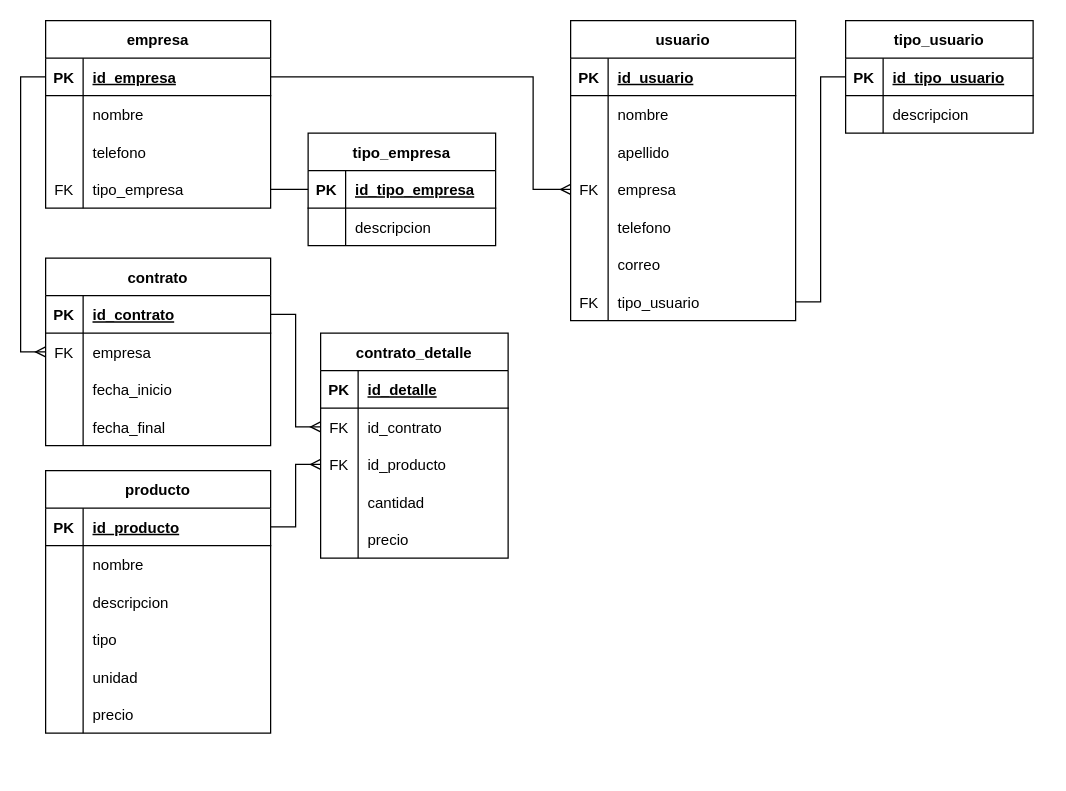
The draw.io diagram scg_main_db.drawio in ismgonza/scg, before the edit. Source tidied: cells renumbered, new cells numbered last; positions are measured from the earlier drawing's top-left corner, leaving out a move shared by most shapes. Both pictures are drawn from the tidied source at 125%, with x=0, y=0 at pixel (20, 20).
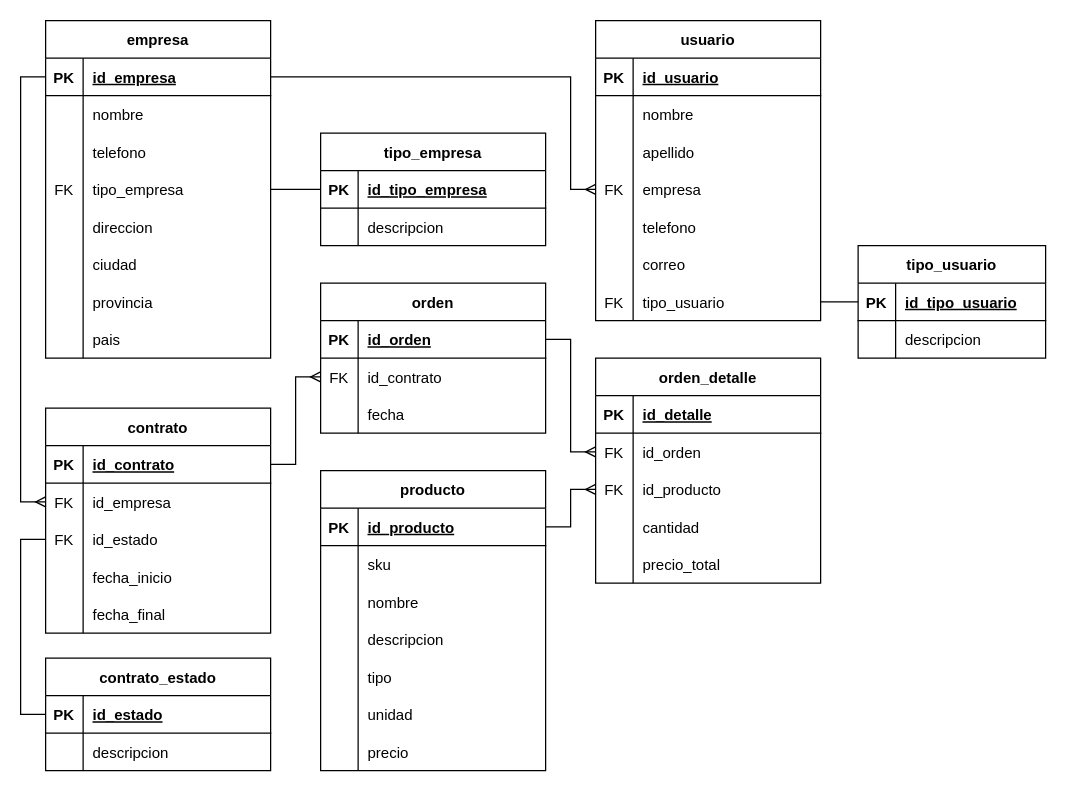
The same diagram, later.

Commit message:
update contract, order and company tables

The change refers to these unchanged cells:
```xml
<mxCell id="12" style="shape=tableRow;horizontal=0;startSize=0;swimlaneHead=0;swimlaneBody=0;fillColor=none;points=[[0,0.5],[1,0.5]];portConstraint=eastwest;top=0;left=0;right=0;bottom=0;" parent="2" vertex="1">
  <mxGeometry y="120" width="180" height="30" as="geometry" />
</mxCell>
<mxCell id="25" style="shape=tableRow;horizontal=0;startSize=0;swimlaneHead=0;swimlaneBody=0;fillColor=none;points=[[0,0.5],[1,0.5]];portConstraint=eastwest;top=0;left=0;right=0;bottom=1;" parent="24" vertex="1">
  <mxGeometry y="30" width="180" height="30" as="geometry" />
</mxCell>
<mxCell id="55" style="shape=tableRow;horizontal=0;startSize=0;swimlaneHead=0;swimlaneBody=0;fillColor=none;points=[[0,0.5],[1,0.5]];portConstraint=eastwest;top=0;left=0;right=0;bottom=1;" parent="54" vertex="1">
  <mxGeometry y="30" width="180" height="30" as="geometry" />
</mxCell>
<mxCell id="74" style="shape=tableRow;horizontal=0;startSize=0;swimlaneHead=0;swimlaneBody=0;fillColor=none;points=[[0,0.5],[1,0.5]];portConstraint=eastwest;top=0;left=0;right=0;bottom=1;" parent="73" vertex="1">
  <mxGeometry y="30" width="180" height="30" as="geometry" />
</mxCell>
<mxCell id="77" style="shape=tableRow;horizontal=0;startSize=0;swimlaneHead=0;swimlaneBody=0;fillColor=none;points=[[0,0.5],[1,0.5]];portConstraint=eastwest;top=0;left=0;right=0;bottom=0;" parent="73" vertex="1">
  <mxGeometry y="60" width="180" height="30" as="geometry" />
</mxCell>
```

Diff of the diagram source:
```diff
@@
     <mxCell id="2" value="usuario" style="shape=table;startSize=30;childLayout=tableLayout;rowLines=0;fontStyle=1;align=center;" parent="1" vertex="1">
-      <mxGeometry x="440" width="180" height="240" as="geometry" />
+      <mxGeometry x="460" width="180" height="240" as="geometry" />
     </mxCell>
@@
     <mxCell id="24" value="empresa" style="shape=table;startSize=30;childLayout=tableLayout;rowLines=0;fontStyle=1;align=center;" parent="1" vertex="1">
-      <mxGeometry x="20" width="180" height="150" as="geometry" />
+      <mxGeometry x="20" width="180" height="270" as="geometry" />
     </mxCell>
@@
+    <mxCell id="105" style="shape=tableRow;horizontal=0;startSize=0;swimlaneHead=0;swimlaneBody=0;fillColor=none;top=0;left=0;right=0;bottom=0;" parent="24" vertex="1">
+      <mxGeometry y="150" width="180" height="30" as="geometry" />
+    </mxCell>
+    <mxCell id="106" style="shape=partialRectangle;fillColor=none;top=0;left=0;bottom=0;right=0;overflow=hidden;" parent="105" vertex="1">
+      <mxGeometry width="30" height="30" as="geometry" />
+    </mxCell>
+    <mxCell id="107" value="direccion" style="shape=partialRectangle;fillColor=none;top=0;left=0;bottom=0;right=0;align=left;spacingLeft=6;overflow=hidden;" parent="105" vertex="1">
+      <mxGeometry x="30" width="150" height="30" as="geometry" />
+    </mxCell>
+    <mxCell id="108" style="shape=tableRow;horizontal=0;startSize=0;swimlaneHead=0;swimlaneBody=0;fillColor=none;top=0;left=0;right=0;bottom=0;" parent="24" vertex="1">
+      <mxGeometry y="180" width="180" height="30" as="geometry" />
+    </mxCell>
+    <mxCell id="109" style="shape=partialRectangle;fillColor=none;top=0;left=0;bottom=0;right=0;overflow=hidden;" parent="108" vertex="1">
+      <mxGeometry width="30" height="30" as="geometry" />
+    </mxCell>
+    <mxCell id="110" value="ciudad" style="shape=partialRectangle;fillColor=none;top=0;left=0;bottom=0;right=0;align=left;spacingLeft=6;overflow=hidden;" parent="108" vertex="1">
+      <mxGeometry x="30" width="150" height="30" as="geometry" />
+    </mxCell>
+    <mxCell id="111" style="shape=tableRow;horizontal=0;startSize=0;swimlaneHead=0;swimlaneBody=0;fillColor=none;top=0;left=0;right=0;bottom=0;" parent="24" vertex="1">
+      <mxGeometry y="210" width="180" height="30" as="geometry" />
+    </mxCell>
+    <mxCell id="112" style="shape=partialRectangle;fillColor=none;top=0;left=0;bottom=0;right=0;overflow=hidden;" parent="111" vertex="1">
+      <mxGeometry width="30" height="30" as="geometry" />
+    </mxCell>
+    <mxCell id="113" value="provincia" style="shape=partialRectangle;fillColor=none;top=0;left=0;bottom=0;right=0;align=left;spacingLeft=6;overflow=hidden;" parent="111" vertex="1">
+      <mxGeometry x="30" width="150" height="30" as="geometry" />
+    </mxCell>
+    <mxCell id="114" style="shape=tableRow;horizontal=0;startSize=0;swimlaneHead=0;swimlaneBody=0;fillColor=none;top=0;left=0;right=0;bottom=0;" parent="24" vertex="1">
+      <mxGeometry y="240" width="180" height="30" as="geometry" />
+    </mxCell>
+    <mxCell id="115" style="shape=partialRectangle;fillColor=none;top=0;left=0;bottom=0;right=0;overflow=hidden;" parent="114" vertex="1">
+      <mxGeometry width="30" height="30" as="geometry" />
+    </mxCell>
+    <mxCell id="116" value="pais" style="shape=partialRectangle;fillColor=none;top=0;left=0;bottom=0;right=0;align=left;spacingLeft=6;overflow=hidden;" parent="114" vertex="1">
+      <mxGeometry x="30" width="150" height="30" as="geometry" />
+    </mxCell>
     <mxCell id="37" value="tipo_empresa" style="shape=table;startSize=30;childLayout=tableLayout;rowLines=0;fontStyle=1;align=center;" parent="1" vertex="1">
-      <mxGeometry x="230" y="90" width="150" height="90" as="geometry" />
+      <mxGeometry x="240" y="90" width="180" height="90" as="geometry" />
     </mxCell>
     <mxCell id="38" style="shape=tableRow;horizontal=0;startSize=0;swimlaneHead=0;swimlaneBody=0;fillColor=none;points=[[0,0.5],[1,0.5]];portConstraint=eastwest;top=0;left=0;right=0;bottom=1;" parent="37" vertex="1">
-      <mxGeometry y="30" width="150" height="30" as="geometry" />
+      <mxGeometry y="30" width="180" height="30" as="geometry" />
     </mxCell>
@@
     <mxCell id="40" value="id_tipo_empresa" style="shape=partialRectangle;fillColor=none;top=0;left=0;bottom=0;right=0;align=left;spacingLeft=6;fontStyle=5;overflow=hidden;" parent="38" vertex="1">
-      <mxGeometry x="30" width="120" height="30" as="geometry" />
+      <mxGeometry x="30" width="150" height="30" as="geometry" />
     </mxCell>
     <mxCell id="41" style="shape=tableRow;horizontal=0;startSize=0;swimlaneHead=0;swimlaneBody=0;fillColor=none;top=0;left=0;right=0;bottom=0;" parent="37" vertex="1">
-      <mxGeometry y="60" width="150" height="30" as="geometry" />
+      <mxGeometry y="60" width="180" height="30" as="geometry" />
     </mxCell>
@@
     <mxCell id="43" value="descripcion" style="shape=partialRectangle;fillColor=none;top=0;left=0;bottom=0;right=0;align=left;spacingLeft=6;overflow=hidden;" parent="41" vertex="1">
-      <mxGeometry x="30" width="120" height="30" as="geometry" />
+      <mxGeometry x="30" width="150" height="30" as="geometry" />
     </mxCell>
-    <mxCell id="44" style="edgeStyle=orthogonalEdgeStyle;rounded=0;jettySize=auto;html=1;exitX=1;exitY=0.5;exitDx=0;exitDy=0;entryX=0;entryY=0.5;entryDx=0;entryDy=0;endArrow=ERmany;endFill=0;" parent="1" edge="1" source="25" target="12">
-      <mxGeometry relative="1" as="geometry">
-        <Array as="points">
-          <mxPoint x="410" y="45" />
-          <mxPoint x="410" y="135" />
-        </Array>
-      </mxGeometry>
-    </mxCell>
     <mxCell id="45" value="tipo_usuario" style="shape=table;startSize=30;childLayout=tableLayout;rowLines=0;fontStyle=1;align=center;" parent="1" vertex="1">
-      <mxGeometry x="660" width="150" height="90" as="geometry" />
+      <mxGeometry x="670" y="180" width="150" height="90" as="geometry" />
     </mxCell>
@@
     <mxCell id="54" value="producto" style="shape=table;startSize=30;childLayout=tableLayout;rowLines=0;fontStyle=1;align=center;" parent="1" vertex="1">
-      <mxGeometry x="20" y="360" width="180" height="210" as="geometry" />
+      <mxGeometry x="240" y="360" width="180" height="240" as="geometry" />
     </mxCell>
@@
+    <mxCell id="117" style="shape=tableRow;horizontal=0;startSize=0;swimlaneHead=0;swimlaneBody=0;fillColor=none;top=0;left=0;right=0;bottom=0;" parent="54" vertex="1">
+      <mxGeometry y="60" width="180" height="30" as="geometry" />
+    </mxCell>
+    <mxCell id="118" style="shape=partialRectangle;fillColor=none;top=0;left=0;bottom=0;right=0;overflow=hidden;" parent="117" vertex="1">
+      <mxGeometry width="30" height="30" as="geometry" />
+    </mxCell>
+    <mxCell id="119" value="sku" style="shape=partialRectangle;fillColor=none;top=0;left=0;bottom=0;right=0;align=left;spacingLeft=6;overflow=hidden;" parent="117" vertex="1">
+      <mxGeometry x="30" width="150" height="30" as="geometry" />
+    </mxCell>
     <mxCell id="58" style="shape=tableRow;horizontal=0;startSize=0;swimlaneHead=0;swimlaneBody=0;fillColor=none;top=0;left=0;right=0;bottom=0;" parent="54" vertex="1">
-      <mxGeometry y="60" width="180" height="30" as="geometry" />
+      <mxGeometry y="90" width="180" height="30" as="geometry" />
     </mxCell>
@@
     <mxCell id="61" style="shape=tableRow;horizontal=0;startSize=0;swimlaneHead=0;swimlaneBody=0;fillColor=none;top=0;left=0;right=0;bottom=0;" parent="54" vertex="1">
-      <mxGeometry y="90" width="180" height="30" as="geometry" />
+      <mxGeometry y="120" width="180" height="30" as="geometry" />
     </mxCell>
@@
     <mxCell id="64" style="shape=tableRow;horizontal=0;startSize=0;swimlaneHead=0;swimlaneBody=0;fillColor=none;top=0;left=0;right=0;bottom=0;" parent="54" vertex="1">
-      <mxGeometry y="120" width="180" height="30" as="geometry" />
+      <mxGeometry y="150" width="180" height="30" as="geometry" />
     </mxCell>
@@
     <mxCell id="67" style="shape=tableRow;horizontal=0;startSize=0;swimlaneHead=0;swimlaneBody=0;fillColor=none;top=0;left=0;right=0;bottom=0;" parent="54" vertex="1">
-      <mxGeometry y="150" width="180" height="30" as="geometry" />
+      <mxGeometry y="180" width="180" height="30" as="geometry" />
     </mxCell>
@@
     <mxCell id="70" style="shape=tableRow;horizontal=0;startSize=0;swimlaneHead=0;swimlaneBody=0;fillColor=none;top=0;left=0;right=0;bottom=0;" parent="54" vertex="1">
-      <mxGeometry y="180" width="180" height="30" as="geometry" />
+      <mxGeometry y="210" width="180" height="30" as="geometry" />
     </mxCell>
@@
     <mxCell id="73" value="contrato" style="shape=table;startSize=30;childLayout=tableLayout;rowLines=0;fontStyle=1;align=center;" parent="1" vertex="1">
-      <mxGeometry x="20" y="190" width="180" height="150" as="geometry" />
+      <mxGeometry x="20" y="310" width="180" height="180" as="geometry" />
     </mxCell>
@@
-    <mxCell id="79" value="empresa" style="shape=partialRectangle;fillColor=none;top=0;left=0;bottom=0;right=0;align=left;spacingLeft=6;overflow=hidden;" parent="77" vertex="1">
+    <mxCell id="79" value="id_empresa" style="shape=partialRectangle;fillColor=none;top=0;left=0;bottom=0;right=0;align=left;spacingLeft=6;overflow=hidden;" parent="77" vertex="1">
       <mxGeometry x="30" width="150" height="30" as="geometry" />
     </mxCell>
+    <mxCell id="120" style="shape=tableRow;horizontal=0;startSize=0;swimlaneHead=0;swimlaneBody=0;fillColor=none;points=[[0,0.5],[1,0.5]];portConstraint=eastwest;top=0;left=0;right=0;bottom=0;" parent="73" vertex="1">
+      <mxGeometry y="90" width="180" height="30" as="geometry" />
+    </mxCell>
+    <mxCell id="121" value="FK" style="shape=partialRectangle;fillColor=none;top=0;left=0;bottom=0;right=0;overflow=hidden;" parent="120" vertex="1">
+      <mxGeometry width="30" height="30" as="geometry" />
+    </mxCell>
+    <mxCell id="122" value="id_estado" style="shape=partialRectangle;fillColor=none;top=0;left=0;bottom=0;right=0;align=left;spacingLeft=6;overflow=hidden;" parent="120" vertex="1">
+      <mxGeometry x="30" width="150" height="30" as="geometry" />
+    </mxCell>
     <mxCell id="80" style="shape=tableRow;horizontal=0;startSize=0;swimlaneHead=0;swimlaneBody=0;fillColor=none;top=0;left=0;right=0;bottom=0;" parent="73" vertex="1">
-      <mxGeometry y="90" width="180" height="30" as="geometry" />
+      <mxGeometry y="120" width="180" height="30" as="geometry" />
     </mxCell>
@@
     <mxCell id="83" style="shape=tableRow;horizontal=0;startSize=0;swimlaneHead=0;swimlaneBody=0;fillColor=none;top=0;left=0;right=0;bottom=0;" parent="73" vertex="1">
-      <mxGeometry y="120" width="180" height="30" as="geometry" />
+      <mxGeometry y="150" width="180" height="30" as="geometry" />
     </mxCell>
@@
-    <mxCell id="86" style="edgeStyle=orthogonalEdgeStyle;rounded=0;jettySize=auto;html=1;exitX=0;exitY=0.5;exitDx=0;exitDy=0;entryX=0;entryY=0.5;entryDx=0;entryDy=0;endArrow=ERmany;endFill=0;" parent="1" edge="1" source="25" target="77">
-      <mxGeometry relative="1" as="geometry">
-        <Array as="points">
-          <mxPoint y="45" />
-          <mxPoint y="265" />
-        </Array>
-      </mxGeometry>
-    </mxCell>
-    <mxCell id="87" value="contrato_detalle" style="shape=table;startSize=30;childLayout=tableLayout;rowLines=0;fontStyle=1;align=center;" parent="1" vertex="1">
-      <mxGeometry x="240" y="250" width="150" height="180" as="geometry" />
+    <mxCell id="87" value="orden_detalle" style="shape=table;startSize=30;childLayout=tableLayout;rowLines=0;fontStyle=1;align=center;" parent="1" vertex="1">
+      <mxGeometry x="460" y="270" width="180" height="180" as="geometry" />
     </mxCell>
     <mxCell id="88" style="shape=tableRow;horizontal=0;startSize=0;swimlaneHead=0;swimlaneBody=0;fillColor=none;top=0;left=0;right=0;bottom=1;" parent="87" vertex="1">
-      <mxGeometry y="30" width="150" height="30" as="geometry" />
+      <mxGeometry y="30" width="180" height="30" as="geometry" />
     </mxCell>
@@
     <mxCell id="90" value="id_detalle" style="shape=partialRectangle;fillColor=none;top=0;left=0;bottom=0;right=0;align=left;spacingLeft=6;fontStyle=5;overflow=hidden;" parent="88" vertex="1">
-      <mxGeometry x="30" width="120" height="30" as="geometry" />
+      <mxGeometry x="30" width="150" height="30" as="geometry" />
     </mxCell>
     <mxCell id="91" style="shape=tableRow;horizontal=0;startSize=0;swimlaneHead=0;swimlaneBody=0;fillColor=none;points=[[0,0.5],[1,0.5]];portConstraint=eastwest;top=0;left=0;right=0;bottom=0;" parent="87" vertex="1">
-      <mxGeometry y="60" width="150" height="30" as="geometry" />
+      <mxGeometry y="60" width="180" height="30" as="geometry" />
     </mxCell>
@@
-    <mxCell id="93" value="id_contrato" style="shape=partialRectangle;fillColor=none;top=0;left=0;bottom=0;right=0;align=left;spacingLeft=6;overflow=hidden;" parent="91" vertex="1">
-      <mxGeometry x="30" width="120" height="30" as="geometry" />
+    <mxCell id="93" value="id_orden" style="shape=partialRectangle;fillColor=none;top=0;left=0;bottom=0;right=0;align=left;spacingLeft=6;overflow=hidden;" parent="91" vertex="1">
+      <mxGeometry x="30" width="150" height="30" as="geometry" />
     </mxCell>
     <mxCell id="94" style="shape=tableRow;horizontal=0;startSize=0;swimlaneHead=0;swimlaneBody=0;fillColor=none;points=[[0,0.5],[1,0.5]];portConstraint=eastwest;top=0;left=0;right=0;bottom=0;" parent="87" vertex="1">
-      <mxGeometry y="90" width="150" height="30" as="geometry" />
+      <mxGeometry y="90" width="180" height="30" as="geometry" />
     </mxCell>
@@
     <mxCell id="96" value="id_producto" style="shape=partialRectangle;fillColor=none;top=0;left=0;bottom=0;right=0;align=left;spacingLeft=6;overflow=hidden;" parent="94" vertex="1">
-      <mxGeometry x="30" width="120" height="30" as="geometry" />
+      <mxGeometry x="30" width="150" height="30" as="geometry" />
     </mxCell>
     <mxCell id="97" style="shape=tableRow;horizontal=0;startSize=0;swimlaneHead=0;swimlaneBody=0;fillColor=none;top=0;left=0;right=0;bottom=0;" parent="87" vertex="1">
-      <mxGeometry y="120" width="150" height="30" as="geometry" />
+      <mxGeometry y="120" width="180" height="30" as="geometry" />
     </mxCell>
@@
     <mxCell id="99" value="cantidad" style="shape=partialRectangle;fillColor=none;top=0;left=0;bottom=0;right=0;align=left;spacingLeft=6;overflow=hidden;" parent="97" vertex="1">
-      <mxGeometry x="30" width="120" height="30" as="geometry" />
+      <mxGeometry x="30" width="150" height="30" as="geometry" />
     </mxCell>
     <mxCell id="100" style="shape=tableRow;horizontal=0;startSize=0;swimlaneHead=0;swimlaneBody=0;fillColor=none;top=0;left=0;right=0;bottom=0;" parent="87" vertex="1">
-      <mxGeometry y="150" width="150" height="30" as="geometry" />
+      <mxGeometry y="150" width="180" height="30" as="geometry" />
     </mxCell>
@@
-    <mxCell id="102" value="precio" style="shape=partialRectangle;fillColor=none;top=0;left=0;bottom=0;right=0;align=left;spacingLeft=6;overflow=hidden;" parent="100" vertex="1">
-      <mxGeometry x="30" width="120" height="30" as="geometry" />
+    <mxCell id="102" value="precio_total" style="shape=partialRectangle;fillColor=none;top=0;left=0;bottom=0;right=0;align=left;spacingLeft=6;overflow=hidden;" parent="100" vertex="1">
+      <mxGeometry x="30" width="150" height="30" as="geometry" />
     </mxCell>
-    <mxCell id="103" style="edgeStyle=orthogonalEdgeStyle;rounded=0;jettySize=auto;html=1;exitX=1;exitY=0.5;exitDx=0;exitDy=0;endArrow=ERmany;endFill=0;" parent="1" edge="1" source="74" target="91">
-      <mxGeometry relative="1" as="geometry" />
-    </mxCell>
+    <mxCell id="86" style="edgeStyle=orthogonalEdgeStyle;rounded=0;jettySize=auto;html=1;exitX=0;exitY=0.5;exitDx=0;exitDy=0;entryX=0;entryY=0.5;entryDx=0;entryDy=0;endArrow=ERmany;endFill=0;" parent="1" edge="1" source="25" target="77">
+      <mxGeometry relative="1" as="geometry" />
+    </mxCell>
+    <mxCell id="123" value="orden" style="shape=table;startSize=30;childLayout=tableLayout;rowLines=0;fontStyle=1;align=center;" parent="1" vertex="1">
+      <mxGeometry x="240" y="210" width="180" height="120" as="geometry" />
+    </mxCell>
+    <mxCell id="124" style="shape=tableRow;horizontal=0;startSize=0;swimlaneHead=0;swimlaneBody=0;fillColor=none;points=[[0,0.5],[1,0.5]];portConstraint=eastwest;top=0;left=0;right=0;bottom=1;" parent="123" vertex="1">
+      <mxGeometry y="30" width="180" height="30" as="geometry" />
+    </mxCell>
+    <mxCell id="125" value="PK" style="shape=partialRectangle;fillColor=none;top=0;left=0;bottom=0;right=0;fontStyle=1;overflow=hidden;" parent="124" vertex="1">
+      <mxGeometry width="30" height="30" as="geometry" />
+    </mxCell>
+    <mxCell id="126" value="id_orden" style="shape=partialRectangle;fillColor=none;top=0;left=0;bottom=0;right=0;align=left;spacingLeft=6;fontStyle=5;overflow=hidden;" parent="124" vertex="1">
+      <mxGeometry x="30" width="150" height="30" as="geometry" />
+    </mxCell>
+    <mxCell id="127" style="shape=tableRow;horizontal=0;startSize=0;swimlaneHead=0;swimlaneBody=0;fillColor=none;points=[[0,0.5],[1,0.5]];portConstraint=eastwest;top=0;left=0;right=0;bottom=0;" parent="123" vertex="1">
+      <mxGeometry y="60" width="180" height="30" as="geometry" />
+    </mxCell>
+    <mxCell id="128" value="FK" style="shape=partialRectangle;fillColor=none;top=0;left=0;bottom=0;right=0;overflow=hidden;" parent="127" vertex="1">
+      <mxGeometry width="30" height="30" as="geometry" />
+    </mxCell>
+    <mxCell id="129" value="id_contrato" style="shape=partialRectangle;fillColor=none;top=0;left=0;bottom=0;right=0;align=left;spacingLeft=6;overflow=hidden;" parent="127" vertex="1">
+      <mxGeometry x="30" width="150" height="30" as="geometry" />
+    </mxCell>
+    <mxCell id="130" style="shape=tableRow;horizontal=0;startSize=0;swimlaneHead=0;swimlaneBody=0;fillColor=none;top=0;left=0;right=0;bottom=0;" parent="123" vertex="1">
+      <mxGeometry y="90" width="180" height="30" as="geometry" />
+    </mxCell>
+    <mxCell id="131" style="shape=partialRectangle;fillColor=none;top=0;left=0;bottom=0;right=0;overflow=hidden;" parent="130" vertex="1">
+      <mxGeometry width="30" height="30" as="geometry" />
+    </mxCell>
+    <mxCell id="132" value="fecha" style="shape=partialRectangle;fillColor=none;top=0;left=0;bottom=0;right=0;align=left;spacingLeft=6;overflow=hidden;" parent="130" vertex="1">
+      <mxGeometry x="30" width="150" height="30" as="geometry" />
+    </mxCell>
-    <mxCell id="104" style="edgeStyle=orthogonalEdgeStyle;rounded=0;jettySize=auto;html=1;exitX=1;exitY=0.5;exitDx=0;exitDy=0;entryX=0;entryY=0.5;entryDx=0;entryDy=0;endArrow=ERmany;endFill=0;" parent="1" edge="1" source="55" target="94">
+    <mxCell id="104" style="edgeStyle=orthogonalEdgeStyle;rounded=0;jettySize=auto;html=1;exitX=1;exitY=0.5;exitDx=0;exitDy=0;endArrow=ERmany;endFill=0;" parent="1" edge="1" source="55" target="94">
       <mxGeometry relative="1" as="geometry" />
     </mxCell>
+    <mxCell id="133" style="edgeStyle=orthogonalEdgeStyle;rounded=0;jettySize=auto;html=1;exitX=1;exitY=0.5;exitDx=0;exitDy=0;entryX=0;entryY=0.5;entryDx=0;entryDy=0;endArrow=ERmany;endFill=0;" parent="1" edge="1" source="74" target="127">
+      <mxGeometry relative="1" as="geometry">
+        <Array as="points">
+          <mxPoint x="220" y="355" />
+          <mxPoint x="220" y="285" />
+        </Array>
+      </mxGeometry>
+    </mxCell>
+    <mxCell id="134" value="contrato_estado" style="shape=table;startSize=30;childLayout=tableLayout;rowLines=0;fontStyle=1;align=center;" parent="1" vertex="1">
+      <mxGeometry x="20" y="510" width="180" height="90" as="geometry" />
+    </mxCell>
+    <mxCell id="135" style="shape=tableRow;horizontal=0;startSize=0;swimlaneHead=0;swimlaneBody=0;fillColor=none;points=[[0,0.5],[1,0.5]];portConstraint=eastwest;top=0;left=0;right=0;bottom=1;" parent="134" vertex="1">
+      <mxGeometry y="30" width="180" height="30" as="geometry" />
+    </mxCell>
+    <mxCell id="136" value="PK" style="shape=partialRectangle;fillColor=none;top=0;left=0;bottom=0;right=0;fontStyle=1;overflow=hidden;" parent="135" vertex="1">
+      <mxGeometry width="30" height="30" as="geometry" />
+    </mxCell>
+    <mxCell id="137" value="id_estado" style="shape=partialRectangle;fillColor=none;top=0;left=0;bottom=0;right=0;align=left;spacingLeft=6;fontStyle=5;overflow=hidden;" parent="135" vertex="1">
+      <mxGeometry x="30" width="150" height="30" as="geometry" />
+    </mxCell>
+    <mxCell id="138" style="shape=tableRow;horizontal=0;startSize=0;swimlaneHead=0;swimlaneBody=0;fillColor=none;top=0;left=0;right=0;bottom=0;" parent="134" vertex="1">
+      <mxGeometry y="60" width="180" height="30" as="geometry" />
+    </mxCell>
+    <mxCell id="139" style="shape=partialRectangle;fillColor=none;top=0;left=0;bottom=0;right=0;overflow=hidden;" parent="138" vertex="1">
+      <mxGeometry width="30" height="30" as="geometry" />
+    </mxCell>
+    <mxCell id="140" value="descripcion" style="shape=partialRectangle;fillColor=none;top=0;left=0;bottom=0;right=0;align=left;spacingLeft=6;overflow=hidden;" parent="138" vertex="1">
+      <mxGeometry x="30" width="150" height="30" as="geometry" />
+    </mxCell>
+    <mxCell id="141" style="edgeStyle=orthogonalEdgeStyle;rounded=0;jettySize=auto;html=1;exitX=0;exitY=0.5;exitDx=0;exitDy=0;entryX=0;entryY=0.5;entryDx=0;entryDy=0;endArrow=none;endFill=0;" parent="1" edge="1" source="120" target="135">
+      <mxGeometry relative="1" as="geometry" />
+    </mxCell>
+    <mxCell id="44" style="edgeStyle=orthogonalEdgeStyle;rounded=0;jettySize=auto;html=1;exitX=1;exitY=0.5;exitDx=0;exitDy=0;entryX=0;entryY=0.5;entryDx=0;entryDy=0;endArrow=ERmany;endFill=0;" parent="1" edge="1" source="25" target="12">
+      <mxGeometry relative="1" as="geometry">
+        <Array as="points">
+          <mxPoint x="440" y="45" />
+          <mxPoint x="440" y="135" />
+        </Array>
+      </mxGeometry>
+    </mxCell>
+    <mxCell id="142" style="edgeStyle=orthogonalEdgeStyle;rounded=0;jettySize=auto;html=1;exitX=1;exitY=0.5;exitDx=0;exitDy=0;entryX=0;entryY=0.5;entryDx=0;entryDy=0;endArrow=ERmany;endFill=0;" parent="1" edge="1" source="124" target="91">
+      <mxGeometry relative="1" as="geometry" />
+    </mxCell>
```
